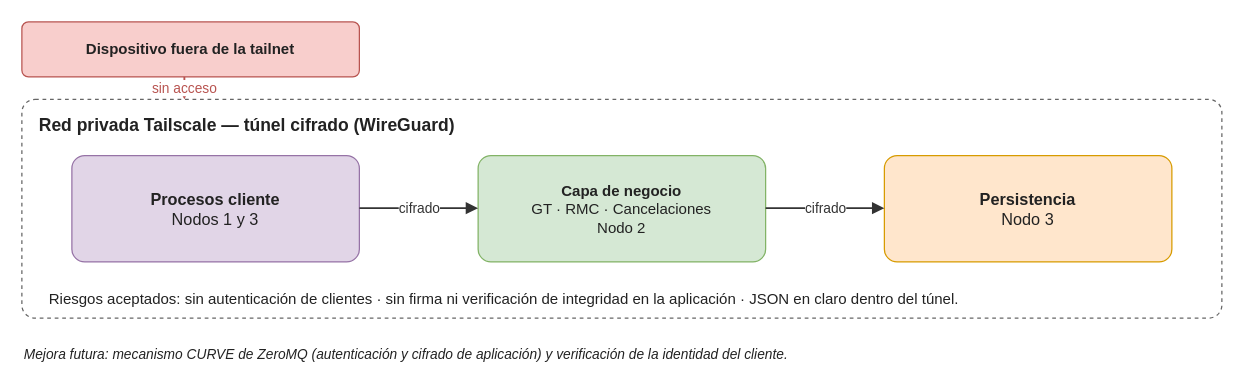
AdrianMontLin/sistema-reserva-boletos keeps this draw.io diagram as docs/diagramas/seguridad.drawio. Above is the earlier version. Source tidied: cells renumbered, new cells numbered last; positions are measured from the earlier drawing's top-left corner, leaving out a move shared by most shapes. Both pictures are drawn from the tidied source at 125%, with x=0, y=0 at pixel (21, 21).
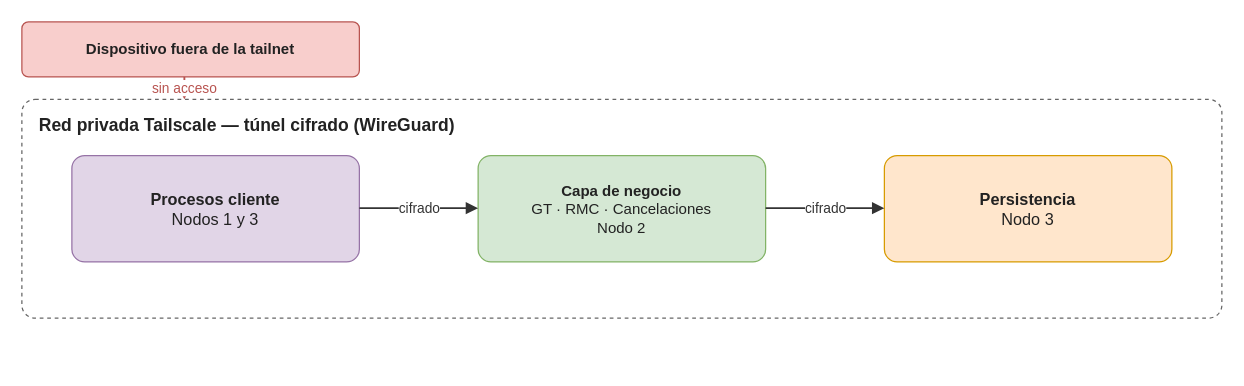
After the change.

The edit, as a diff of the source:
```diff
@@
 <mxGraphModel>
   <root>
     <mxCell id="0" />
     <mxCell id="1" parent="0" />
     <mxCell id="2" value="&lt;b&gt;Dispositivo fuera de la tailnet&lt;/b&gt;" style="rounded=1;arcSize=12;whiteSpace=wrap;html=1;fillColor=#F8CECC;strokeColor=#B85450;fontColor=#222222;fontSize=12;align=center;verticalAlign=middle;" parent="1" vertex="1">
       <mxGeometry width="270" height="44" as="geometry" />
     </mxCell>
     <mxCell id="3" value="sin acceso" style="html=1;rounded=0;strokeWidth=1.5;labelBackgroundColor=#ffffff;fontSize=11;fontColor=#B85450;strokeColor=#B85450;endArrow=block;endFill=1;startArrow=none;dashed=1;" parent="1" edge="1">
       <mxGeometry relative="1" as="geometry">
         <mxPoint x="130" y="44" as="sourcePoint" />
         <mxPoint x="130" y="62" as="targetPoint" />
       </mxGeometry>
     </mxCell>
     <mxCell id="4" value="&lt;b&gt;Red privada Tailscale — túnel cifrado (WireGuard)&lt;/b&gt;" style="rounded=1;arcSize=6;whiteSpace=wrap;html=1;fillColor=none;strokeColor=#666666;fontColor=#222222;fontSize=14;verticalAlign=top;align=left;spacingLeft=12;spacingTop=6;dashed=1;" parent="1" vertex="1">
       <mxGeometry y="62" width="960" height="175" as="geometry" />
     </mxCell>
     <mxCell id="5" value="&lt;b&gt;Procesos cliente&lt;/b&gt;&lt;br&gt;Nodos 1 y 3" style="rounded=1;arcSize=12;whiteSpace=wrap;html=1;fillColor=#E1D5E7;strokeColor=#9673A6;fontColor=#222222;fontSize=13;align=center;verticalAlign=middle;" parent="1" vertex="1">
       <mxGeometry x="40" y="107" width="230" height="85" as="geometry" />
     </mxCell>
     <mxCell id="6" value="&lt;b&gt;Capa de negocio&lt;/b&gt;&lt;br&gt;GT · RMC · Cancelaciones&lt;br&gt;Nodo 2" style="rounded=1;arcSize=12;whiteSpace=wrap;html=1;fillColor=#D5E8D4;strokeColor=#82B366;fontColor=#222222;fontSize=12;align=center;verticalAlign=middle;" parent="1" vertex="1">
       <mxGeometry x="365" y="107" width="230" height="85" as="geometry" />
     </mxCell>
     <mxCell id="7" value="&lt;b&gt;Persistencia&lt;/b&gt;&lt;br&gt;Nodo 3" style="rounded=1;arcSize=12;whiteSpace=wrap;html=1;fillColor=#FFE6CC;strokeColor=#D79B00;fontColor=#222222;fontSize=13;align=center;verticalAlign=middle;" parent="1" vertex="1">
       <mxGeometry x="690" y="107" width="230" height="85" as="geometry" />
     </mxCell>
     <mxCell id="8" value="cifrado" style="html=1;rounded=0;strokeWidth=1.5;labelBackgroundColor=#ffffff;fontSize=11;fontColor=#333333;strokeColor=#333333;endArrow=block;endFill=1;startArrow=none;" parent="1" edge="1">
       <mxGeometry relative="1" as="geometry">
         <mxPoint x="270" y="149" as="sourcePoint" />
         <mxPoint x="365" y="149" as="targetPoint" />
       </mxGeometry>
     </mxCell>
     <mxCell id="9" value="cifrado" style="html=1;rounded=0;strokeWidth=1.5;labelBackgroundColor=#ffffff;fontSize=11;fontColor=#333333;strokeColor=#333333;endArrow=block;endFill=1;startArrow=none;" parent="1" edge="1">
       <mxGeometry relative="1" as="geometry">
         <mxPoint x="595" y="149" as="sourcePoint" />
         <mxPoint x="690" y="149" as="targetPoint" />
       </mxGeometry>
     </mxCell>
-    <mxCell id="10" value="Riesgos aceptados: sin autenticación de clientes · sin firma ni verificación de integridad en la aplicación · JSON en claro dentro del túnel." style="text;html=1;align=left;verticalAlign=top;whiteSpace=wrap;fontSize=12;fontColor=#222222;" parent="1" vertex="1">
-      <mxGeometry x="20" y="208" width="900" height="23" as="geometry" />
-    </mxCell>
-    <mxCell id="11" value="Mejora futura: mecanismo CURVE de ZeroMQ (autenticación y cifrado de aplicación) y verificación de la identidad del cliente." style="text;html=1;align=left;verticalAlign=top;whiteSpace=wrap;fontSize=11;fontColor=#222222;fontStyle=2;" parent="1" vertex="1">
-      <mxGeometry y="253" width="900" height="21" as="geometry" />
-    </mxCell>
   </root>
 </mxGraphModel>
```
